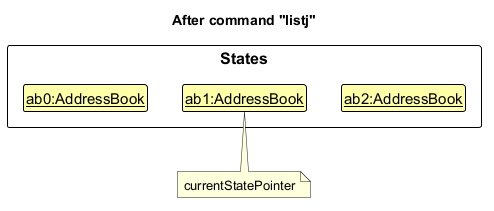
Before: docs/images/UndoRedoState4.png, a diagram exported from PlantUML (AY2627S1-CS2103T-F10-4/tp).
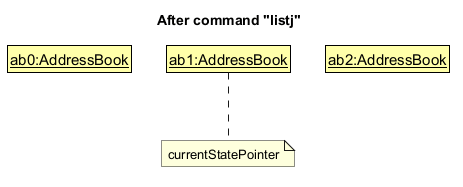
The same file after the commit.

Diff of the diagram source:
```diff
@@ -3,17 +3,20 @@
 skinparam ClassFontColor #000000
 skinparam ClassBorderColor #000000
 skinparam ClassBackgroundColor #FFFFAA
+skinparam roundCorner 0
 
 title After command "listj"
 
-package States {
-    class State1 as "<u>ab0:AddressBook</u>"
-    class State2 as "<u>ab1:AddressBook</u>"
-    class State3 as "<u>ab2:AddressBook</u>"
-}
+class State1 as "<u>ab0:AddressBook</u>"
+class State2 as "<u>ab1:AddressBook</u>"
+class State3 as "<u>ab2:AddressBook</u>"
 
 State1 -[hidden]right-> State2
 State2 -[hidden]right-> State3
 
-note bottom of State2 : currentStatePointer
+class Spacer <<unused>>
+hide <<unused>>
+note "currentStatePointer" as Pointer
+State2 .. Pointer
+Pointer -[hidden]right- Spacer
 @enduml
```
